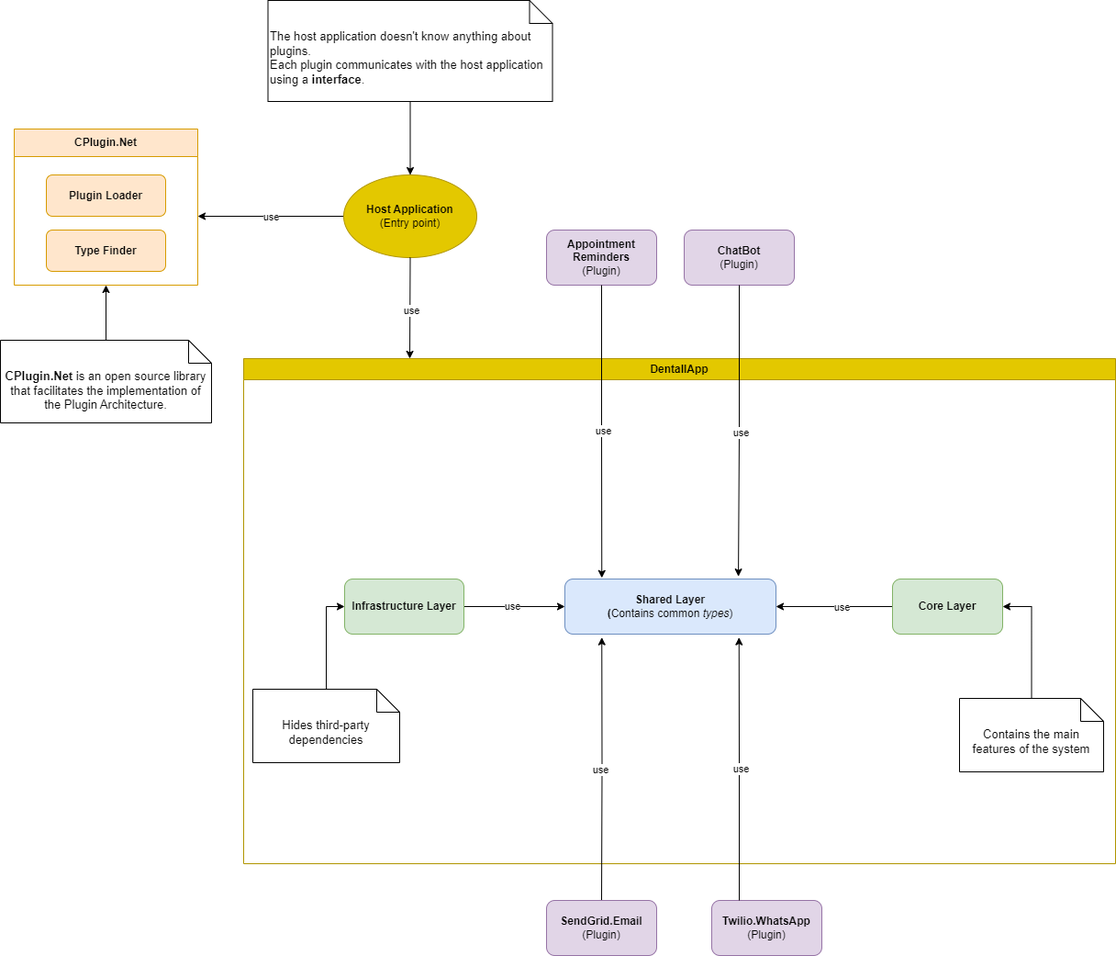
Earlier version of the draw.io export diagrams/general-architecture.png (DentallApp/back-end). Source tidied: cells renumbered, new cells last; positions are measured from the earlier drawing's top-left corner, leaving out a move shared by most shapes.
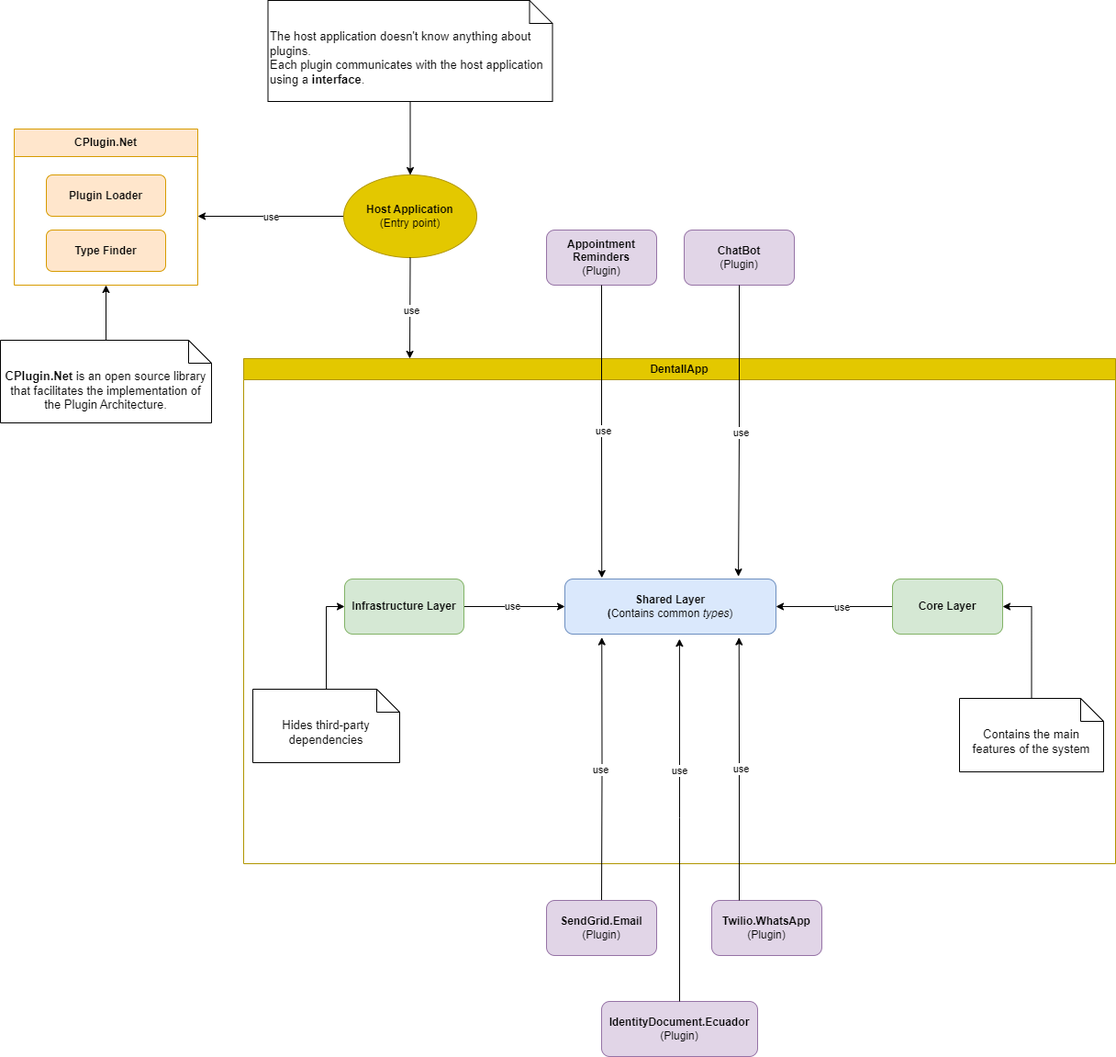
After the commit.

Commit message:
chore: Update architecture diagram

What changed in the source:
```diff
@@ -121,5 +121,16 @@
     <mxCell id="37" value="&lt;font style=&quot;font-size: 13px;&quot;&gt;&lt;b&gt;CPlugin.Net&lt;/b&gt; is an open source library that facilitates the implementation of the Plugin Architecture.&lt;/font&gt;" style="shape=note2;boundedLbl=1;whiteSpace=wrap;html=1;size=25;verticalAlign=top;align=center;" parent="1" vertex="1">
       <mxGeometry y="370" width="230" height="90" as="geometry" />
     </mxCell>
+    <mxCell id="38" value="&lt;b&gt;IdentityDocument.Ecuador&lt;/b&gt;&lt;div&gt;(Plugin)&lt;/div&gt;" style="rounded=1;whiteSpace=wrap;html=1;fillColor=#e1d5e7;strokeColor=#9673a6;" parent="1" vertex="1">
+      <mxGeometry x="655" y="1090" width="170" height="60" as="geometry" />
+    </mxCell>
+    <mxCell id="39" style="edgeStyle=orthogonalEdgeStyle;rounded=0;jettySize=auto;html=1;entryX=0.543;entryY=1.087;entryDx=0;entryDy=0;entryPerimeter=0;" parent="1" edge="1" source="38" target="11">
+      <mxGeometry relative="1" as="geometry" />
+    </mxCell>
+    <mxCell id="40" value="use" style="edgeLabel;html=1;align=center;verticalAlign=middle;" parent="39" vertex="1">
+      <mxGeometry x="0.28" relative="1" as="geometry">
+        <mxPoint y="1" as="offset" />
+      </mxGeometry>
+    </mxCell>
   </root>
 </mxGraphModel>
```
